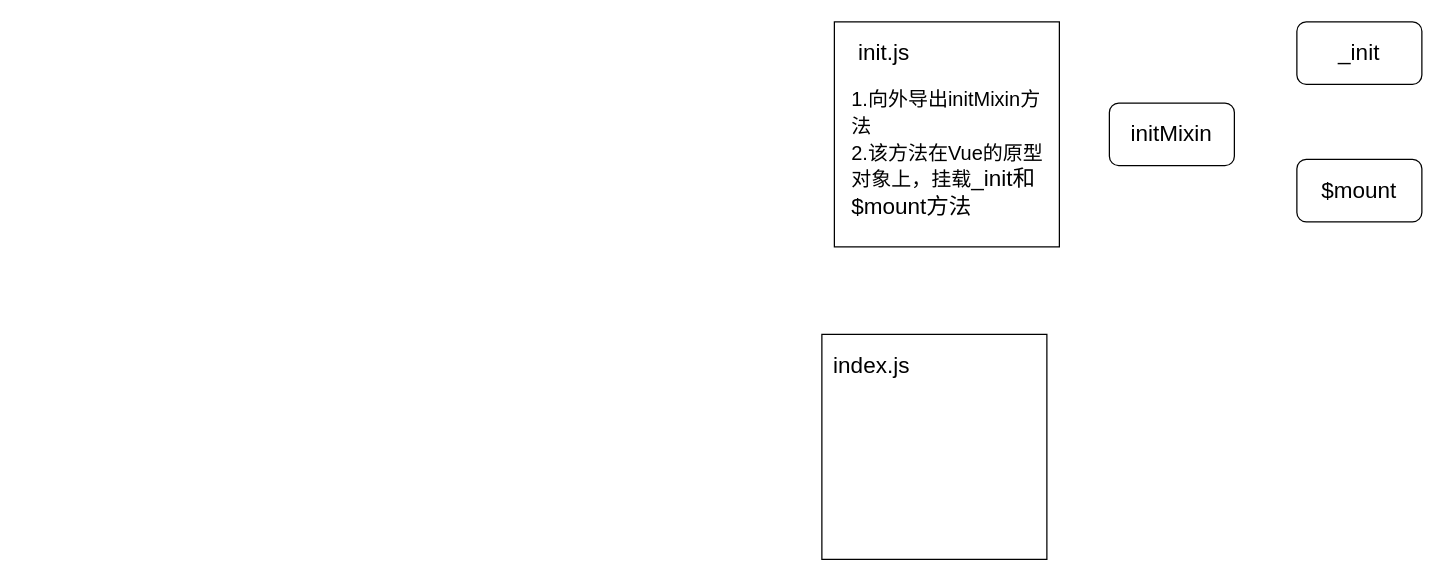
The draw.io diagram page "init.js" (2 of 3) of vue2.drawio in Saiable/drawio, before the edit. Source tidied: cells renumbered, new cells numbered last; positions are measured from the earlier drawing's top-left corner, leaving out a move shared by most shapes. Both pictures are drawn from the tidied source at 125%, with x=0, y=0 at pixel (821, 21).
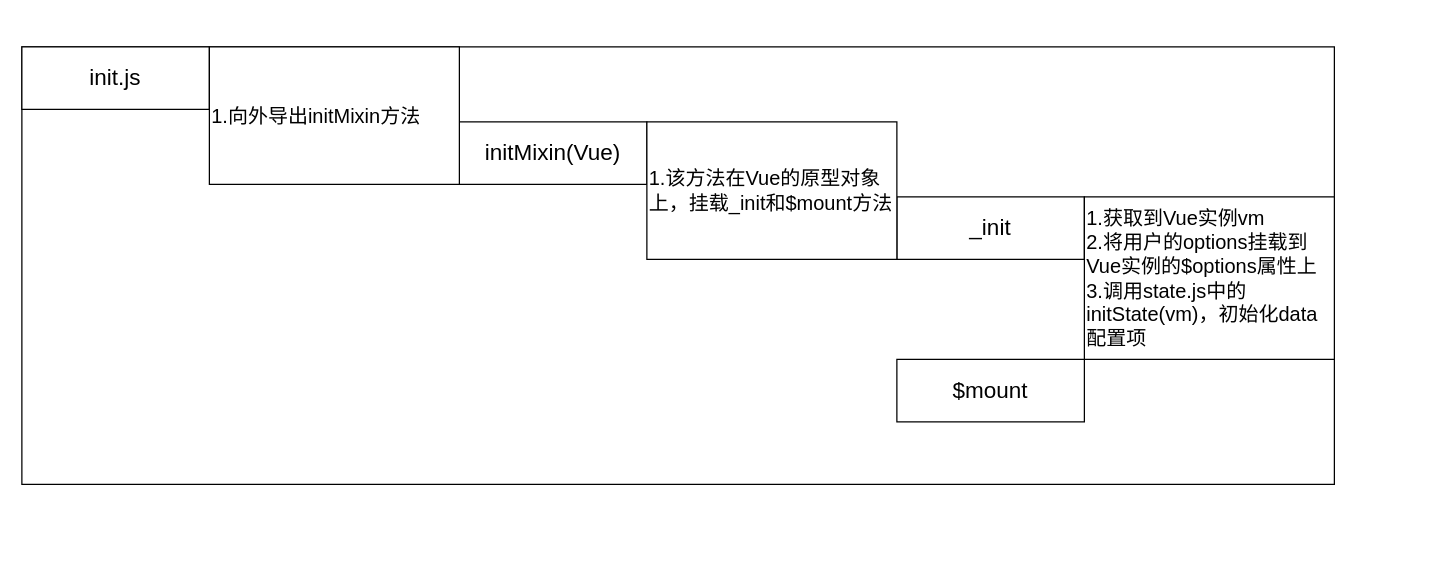
The same diagram, later.

What changed in the source:
```diff
@@
 <mxGraphModel>
   <root>
     <mxCell id="0" />
     <mxCell id="1" parent="0" />
-    <mxCell id="2" style="rounded=0;whiteSpace=wrap;html=1;fontSize=18;" parent="1" vertex="1">
-      <mxGeometry y="250" width="180" height="180" as="geometry" />
-    </mxCell>
-    <mxCell id="3" value="index.js" style="text;html=1;strokeColor=none;fillColor=none;align=center;verticalAlign=middle;whiteSpace=wrap;rounded=0;fontSize=18;" parent="1" vertex="1">
-      <mxGeometry x="10" y="260" width="60" height="30" as="geometry" />
-    </mxCell>
     <mxCell id="4" style="rounded=0;whiteSpace=wrap;html=1;fontSize=18;" parent="1" vertex="1">
-      <mxGeometry x="10" width="180" height="180" as="geometry" />
+      <mxGeometry x="-640" y="20" width="1050" height="350" as="geometry" />
     </mxCell>
-    <mxCell id="5" value="&lt;font style=&quot;font-size: 16px;&quot;&gt;1.向外导出initMixin方法&lt;br&gt;2.该方法在Vue的原型对象上，挂载&lt;/font&gt;_init和$mount方法" style="text;html=1;strokeColor=none;fillColor=none;align=left;verticalAlign=middle;whiteSpace=wrap;rounded=0;fontSize=18;" parent="1" vertex="1">
-      <mxGeometry x="22" y="60" width="160" height="90" as="geometry" />
-    </mxCell>
-    <mxCell id="6" value="init.js" style="text;html=1;strokeColor=none;fillColor=none;align=center;verticalAlign=middle;whiteSpace=wrap;rounded=0;fontSize=18;" parent="1" vertex="1">
-      <mxGeometry x="20" y="10" width="60" height="30" as="geometry" />
-    </mxCell>
-    <mxCell id="7" value="&lt;font style=&quot;font-size: 18px;&quot;&gt;initMixin&lt;/font&gt;" style="rounded=1;whiteSpace=wrap;html=1;fontSize=16;" parent="1" vertex="1">
-      <mxGeometry x="230" y="65" width="100" height="50" as="geometry" />
-    </mxCell>
+    <mxCell id="10" value="&lt;font style=&quot;font-size: 18px;&quot;&gt;initMixin(Vue)&lt;/font&gt;" style="rounded=0;whiteSpace=wrap;html=1;strokeColor=default;fontFamily=Helvetica;fontSize=16;fontColor=default;fillColor=default;align=center;" parent="1" vertex="1">
+      <mxGeometry x="-290" y="80" width="150" height="50" as="geometry" />
+    </mxCell>
-    <mxCell id="8" value="&lt;font style=&quot;font-size: 18px;&quot;&gt;_init&lt;/font&gt;" style="rounded=1;whiteSpace=wrap;html=1;fontSize=16;" parent="1" vertex="1">
-      <mxGeometry x="380" width="100" height="50" as="geometry" />
+    <mxCell id="8" value="&lt;font style=&quot;font-size: 18px;&quot;&gt;_init&lt;/font&gt;" style="rounded=0;whiteSpace=wrap;html=1;strokeColor=default;fontFamily=Helvetica;fontSize=16;fontColor=default;fillColor=default;align=center;" parent="1" vertex="1">
+      <mxGeometry x="60" y="140" width="150" height="50" as="geometry" />
     </mxCell>
-    <mxCell id="9" value="&lt;font style=&quot;font-size: 18px;&quot;&gt;$mount&lt;/font&gt;" style="rounded=1;whiteSpace=wrap;html=1;fontSize=16;" parent="1" vertex="1">
-      <mxGeometry x="380" y="110" width="100" height="50" as="geometry" />
+    <mxCell id="9" value="&lt;font style=&quot;font-size: 18px;&quot;&gt;$mount&lt;/font&gt;" style="rounded=0;whiteSpace=wrap;html=1;strokeColor=default;fontFamily=Helvetica;fontSize=16;fontColor=default;fillColor=default;align=center;" parent="1" vertex="1">
+      <mxGeometry x="60" y="270" width="150" height="50" as="geometry" />
     </mxCell>
+    <mxCell id="6" value="&lt;font style=&quot;font-size: 18px;&quot;&gt;init.js&lt;/font&gt;" style="rounded=0;whiteSpace=wrap;html=1;strokeColor=default;fontFamily=Helvetica;fontSize=16;fontColor=default;fillColor=default;align=center;" parent="1" vertex="1">
+      <mxGeometry x="-640" y="20" width="150" height="50" as="geometry" />
+    </mxCell>
+    <mxCell id="11" value="&lt;font style=&quot;border-color: var(--border-color);&quot;&gt;1.向外导出initMixin方法&lt;br&gt;&lt;/font&gt;" style="rounded=0;whiteSpace=wrap;html=1;strokeColor=default;fontFamily=Helvetica;fontSize=16;fontColor=default;fillColor=default;align=left;" parent="1" vertex="1">
+      <mxGeometry x="-490" y="20" width="200" height="110" as="geometry" />
+    </mxCell>
+    <mxCell id="12" value="1.获取到Vue实例vm&lt;br&gt;2.将用户的options挂载到Vue实例的$options属性上&lt;br&gt;3.调用state.js中的initState(vm)，初始化data配置项" style="rounded=0;whiteSpace=wrap;html=1;strokeColor=default;fontFamily=Helvetica;fontSize=16;fontColor=default;fillColor=default;align=left;" parent="1" vertex="1">
+      <mxGeometry x="210" y="140" width="200" height="130" as="geometry" />
+    </mxCell>
+    <mxCell id="13" value="&lt;font style=&quot;border-color: var(--border-color);&quot;&gt;1.该方法在Vue的原型对象上，挂载&lt;/font&gt;_init和$mount方法" style="rounded=0;whiteSpace=wrap;html=1;strokeColor=default;fontFamily=Helvetica;fontSize=16;fontColor=default;fillColor=default;align=left;" parent="1" vertex="1">
+      <mxGeometry x="-140" y="80" width="200" height="110" as="geometry" />
+    </mxCell>
   </root>
 </mxGraphModel>
```
